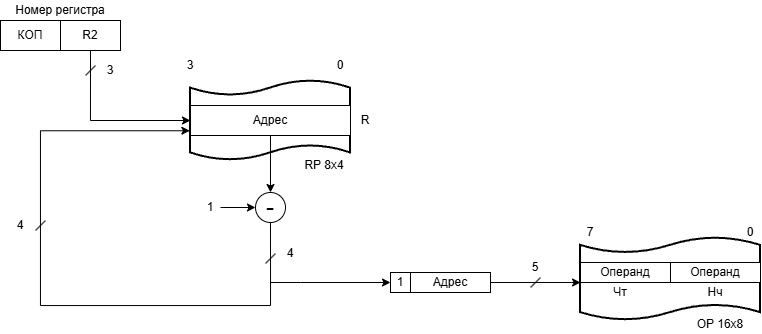
Before: kursach/buk/dekrement.drawio.png, a diagram exported from draw.io (Altzgamer/schemotechnika25-26). Source tidied: cells renumbered, new cells last; positions are measured from the earlier drawing's top-left corner, leaving out a move shared by most shapes. The source it was exported from:
```xml
<mxGraphModel>
  <root>
    <mxCell id="0" />
    <mxCell id="1" parent="0" />
    <mxCell id="2" style="shape=tape;whiteSpace=wrap;html=1;strokeWidth=2;size=0.19;" parent="1" vertex="1">
      <mxGeometry x="580" y="237" width="180" height="83" as="geometry" />
    </mxCell>
    <mxCell id="3" style="shape=tape;whiteSpace=wrap;html=1;strokeWidth=2;size=0.19;" parent="1" vertex="1">
      <mxGeometry x="190" y="80" width="160" height="80" as="geometry" />
    </mxCell>
    <mxCell id="4" value="Номер регистра" style="text;html=1;strokeColor=none;fillColor=none;align=center;verticalAlign=middle;whiteSpace=wrap;rounded=0;" parent="1" vertex="1">
      <mxGeometry width="120" height="20" as="geometry" />
    </mxCell>
    <mxCell id="5" value="КОП" style="rounded=0;whiteSpace=wrap;html=1;" parent="1" vertex="1">
      <mxGeometry y="20" width="60" height="30" as="geometry" />
    </mxCell>
    <mxCell id="6" value="R2" style="rounded=0;whiteSpace=wrap;html=1;" parent="1" vertex="1">
      <mxGeometry x="60" y="20" width="60" height="30" as="geometry" />
    </mxCell>
    <mxCell id="7" value="Адрес" style="rounded=0;whiteSpace=wrap;html=1;strokeWidth=1;" parent="1" vertex="1">
      <mxGeometry x="190" y="105" width="160" height="30" as="geometry" />
    </mxCell>
    <mxCell id="8" value="3" style="text;html=1;strokeColor=none;fillColor=none;align=center;verticalAlign=middle;whiteSpace=wrap;rounded=0;" parent="1" vertex="1">
      <mxGeometry x="180" y="55" width="20" height="20" as="geometry" />
    </mxCell>
    <mxCell id="9" value="0" style="text;html=1;strokeColor=none;fillColor=none;align=center;verticalAlign=middle;whiteSpace=wrap;rounded=0;" parent="1" vertex="1">
      <mxGeometry x="330" y="55" width="20" height="20" as="geometry" />
    </mxCell>
    <mxCell id="10" value="R" style="text;html=1;strokeColor=none;fillColor=none;align=center;verticalAlign=middle;whiteSpace=wrap;rounded=0;" parent="1" vertex="1">
      <mxGeometry x="355" y="105" width="20" height="30" as="geometry" />
    </mxCell>
    <mxCell id="11" value="RP 8x4" style="text;html=1;strokeColor=none;fillColor=none;align=center;verticalAlign=middle;whiteSpace=wrap;rounded=0;" parent="1" vertex="1">
      <mxGeometry x="294" y="155" width="60" height="20" as="geometry" />
    </mxCell>
    <mxCell id="12" style="edgeStyle=orthogonalEdgeStyle;rounded=0;html=1;exitX=0.5;exitY=1;exitDx=0;exitDy=0;entryX=0;entryY=0.5;entryDx=0;entryDy=0;entryPerimeter=0;" parent="1" edge="1" source="6" target="3">
      <mxGeometry relative="1" as="geometry">
        <Array as="points">
          <mxPoint x="90" y="120" />
        </Array>
      </mxGeometry>
    </mxCell>
    <mxCell id="13" style="endArrow=none;html=1;strokeWidth=1;" parent="1" edge="1">
      <mxGeometry relative="1" as="geometry">
        <mxPoint x="85" y="75" as="sourcePoint" />
        <mxPoint x="95" y="65" as="targetPoint" />
      </mxGeometry>
    </mxCell>
    <mxCell id="14" value="3" style="text;html=1;strokeColor=none;fillColor=none;align=center;verticalAlign=middle;whiteSpace=wrap;rounded=0;" parent="1" vertex="1">
      <mxGeometry x="100" y="60" width="20" height="20" as="geometry" />
    </mxCell>
    <mxCell id="15" value="-" style="ellipse;whiteSpace=wrap;html=1;fontSize=24;" parent="1" vertex="1">
      <mxGeometry x="255" y="192" width="30" height="30" as="geometry" />
    </mxCell>
    <mxCell id="16" style="endArrow=classic;html=1;entryX=0;entryY=0.5;entryDx=0;entryDy=0;" parent="1" edge="1" target="15">
      <mxGeometry relative="1" as="geometry">
        <mxPoint x="220" y="207" as="sourcePoint" />
      </mxGeometry>
    </mxCell>
    <mxCell id="17" value="1" style="text;html=1;strokeColor=none;fillColor=none;align=center;verticalAlign=middle;whiteSpace=wrap;rounded=0;" parent="1" vertex="1">
      <mxGeometry x="200" y="197" width="20" height="20" as="geometry" />
    </mxCell>
    <mxCell id="18" style="edgeStyle=orthogonalEdgeStyle;rounded=0;html=1;exitX=0.5;exitY=1;exitDx=0;exitDy=0;entryX=0.5;entryY=0;entryDx=0;entryDy=0;" parent="1" edge="1" source="7" target="15">
      <mxGeometry relative="1" as="geometry" />
    </mxCell>
    <mxCell id="19" style="endArrow=none;html=1;strokeWidth=1;" parent="1" edge="1">
      <mxGeometry relative="1" as="geometry">
        <mxPoint x="265" y="263" as="sourcePoint" />
        <mxPoint x="275" y="253" as="targetPoint" />
      </mxGeometry>
    </mxCell>
    <mxCell id="20" value="4" style="text;html=1;strokeColor=none;fillColor=none;align=center;verticalAlign=middle;whiteSpace=wrap;rounded=0;" parent="1" vertex="1">
      <mxGeometry x="280" y="243" width="20" height="20" as="geometry" />
    </mxCell>
    <mxCell id="21" style="edgeStyle=orthogonalEdgeStyle;rounded=0;html=1;endArrow=classic;endFill=1;" parent="1" edge="1" target="25">
      <mxGeometry relative="1" as="geometry">
        <mxPoint x="270" y="282" as="sourcePoint" />
        <Array as="points">
          <mxPoint x="300" y="282" />
          <mxPoint x="300" y="282" />
        </Array>
      </mxGeometry>
    </mxCell>
    <mxCell id="22" style="edgeStyle=orthogonalEdgeStyle;rounded=0;html=1;exitX=0.5;exitY=1;exitDx=0;exitDy=0;entryX=-0.004;entryY=0.842;entryDx=0;entryDy=0;entryPerimeter=0;" parent="1" edge="1" source="15" target="7">
      <mxGeometry relative="1" as="geometry">
        <Array as="points">
          <mxPoint x="270" y="305" />
          <mxPoint x="40" y="305" />
          <mxPoint x="40" y="130" />
        </Array>
      </mxGeometry>
    </mxCell>
    <mxCell id="23" style="endArrow=none;html=1;strokeWidth=1;" parent="1" edge="1">
      <mxGeometry relative="1" as="geometry">
        <mxPoint x="35" y="230" as="sourcePoint" />
        <mxPoint x="45" y="220" as="targetPoint" />
      </mxGeometry>
    </mxCell>
    <mxCell id="24" value="4" style="text;html=1;strokeColor=none;fillColor=none;align=center;verticalAlign=middle;whiteSpace=wrap;rounded=0;" parent="1" vertex="1">
      <mxGeometry x="10" y="215" width="20" height="20" as="geometry" />
    </mxCell>
    <mxCell id="25" value="1" style="rounded=0;whiteSpace=wrap;html=1;" parent="1" vertex="1">
      <mxGeometry x="390" y="272" width="20" height="20" as="geometry" />
    </mxCell>
    <mxCell id="26" value="Адрес" style="rounded=0;whiteSpace=wrap;html=1;" parent="1" vertex="1">
      <mxGeometry x="410" y="272" width="80" height="20" as="geometry" />
    </mxCell>
    <mxCell id="27" style="edgeStyle=orthogonalEdgeStyle;rounded=0;html=1;exitX=1;exitY=0.5;exitDx=0;exitDy=0;entryX=0;entryY=1;entryDx=0;entryDy=0;" parent="1" edge="1" source="26" target="28">
      <mxGeometry relative="1" as="geometry">
        <Array as="points">
          <mxPoint x="580" y="282" />
        </Array>
      </mxGeometry>
    </mxCell>
    <mxCell id="28" value="Операнд" style="rounded=0;whiteSpace=wrap;html=1;" parent="1" vertex="1">
      <mxGeometry x="580" y="262" width="90" height="20" as="geometry" />
    </mxCell>
    <mxCell id="29" value="Операнд" style="rounded=0;whiteSpace=wrap;html=1;" parent="1" vertex="1">
      <mxGeometry x="670" y="262" width="90" height="20" as="geometry" />
    </mxCell>
    <mxCell id="30" style="endArrow=none;html=1;strokeWidth=1;" parent="1" edge="1">
      <mxGeometry relative="1" as="geometry">
        <mxPoint x="530" y="287" as="sourcePoint" />
        <mxPoint x="540" y="277" as="targetPoint" />
      </mxGeometry>
    </mxCell>
    <mxCell id="31" value="5" style="text;html=1;strokeColor=none;fillColor=none;align=center;verticalAlign=middle;whiteSpace=wrap;rounded=0;" parent="1" vertex="1">
      <mxGeometry x="525" y="257" width="20" height="20" as="geometry" />
    </mxCell>
    <mxCell id="32" value="7" style="text;html=1;strokeColor=none;fillColor=none;align=center;verticalAlign=middle;whiteSpace=wrap;rounded=0;" parent="1" vertex="1">
      <mxGeometry x="580" y="222" width="20" height="20" as="geometry" />
    </mxCell>
    <mxCell id="33" value="0" style="text;html=1;strokeColor=none;fillColor=none;align=center;verticalAlign=middle;whiteSpace=wrap;rounded=0;" parent="1" vertex="1">
      <mxGeometry x="740" y="222" width="20" height="20" as="geometry" />
    </mxCell>
    <mxCell id="34" value="OP 16x8" style="text;html=1;strokeColor=none;fillColor=none;align=center;verticalAlign=middle;whiteSpace=wrap;rounded=0;" parent="1" vertex="1">
      <mxGeometry x="690" y="314" width="60" height="20" as="geometry" />
    </mxCell>
    <mxCell id="35" value="Чт" style="text;html=1;whiteSpace=wrap;strokeColor=none;fillColor=none;align=center;verticalAlign=middle;rounded=0;" parent="1" vertex="1">
      <mxGeometry x="590" y="277" width="60" height="30" as="geometry" />
    </mxCell>
    <mxCell id="36" value="Нч" style="text;html=1;whiteSpace=wrap;strokeColor=none;fillColor=none;align=center;verticalAlign=middle;rounded=0;" parent="1" vertex="1">
      <mxGeometry x="685" y="277" width="60" height="30" as="geometry" />
    </mxCell>
  </root>
</mxGraphModel>
```
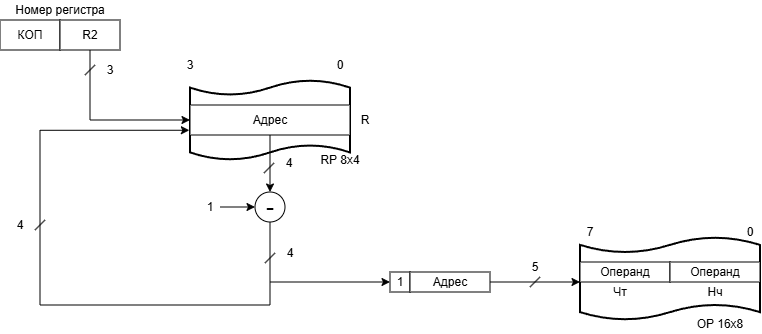
After the commit.

What changed in the source:
```diff
@@ -30,7 +30,7 @@
       <mxGeometry x="355" y="105" width="20" height="30" as="geometry" />
     </mxCell>
     <mxCell id="11" value="RP 8x4" style="text;html=1;strokeColor=none;fillColor=none;align=center;verticalAlign=middle;whiteSpace=wrap;rounded=0;" parent="1" vertex="1">
-      <mxGeometry x="294" y="155" width="60" height="20" as="geometry" />
+      <mxGeometry x="310" y="150" width="60" height="20" as="geometry" />
     </mxCell>
     <mxCell id="12" style="edgeStyle=orthogonalEdgeStyle;rounded=0;html=1;exitX=0.5;exitY=1;exitDx=0;exitDy=0;entryX=0;entryY=0.5;entryDx=0;entryDy=0;entryPerimeter=0;" parent="1" edge="1" source="6" target="3">
       <mxGeometry relative="1" as="geometry">
@@ -141,5 +141,14 @@
     <mxCell id="36" value="Нч" style="text;html=1;whiteSpace=wrap;strokeColor=none;fillColor=none;align=center;verticalAlign=middle;rounded=0;" parent="1" vertex="1">
       <mxGeometry x="685" y="277" width="60" height="30" as="geometry" />
     </mxCell>
+    <mxCell id="37" style="endArrow=none;html=1;strokeWidth=1;" parent="1" edge="1">
+      <mxGeometry relative="1" as="geometry">
+        <mxPoint x="264" y="173" as="sourcePoint" />
+        <mxPoint x="274" y="163" as="targetPoint" />
+      </mxGeometry>
+    </mxCell>
+    <mxCell id="38" value="4" style="text;html=1;strokeColor=none;fillColor=none;align=center;verticalAlign=middle;whiteSpace=wrap;rounded=0;" parent="1" vertex="1">
+      <mxGeometry x="279" y="153" width="20" height="20" as="geometry" />
+    </mxCell>
   </root>
 </mxGraphModel>
```
